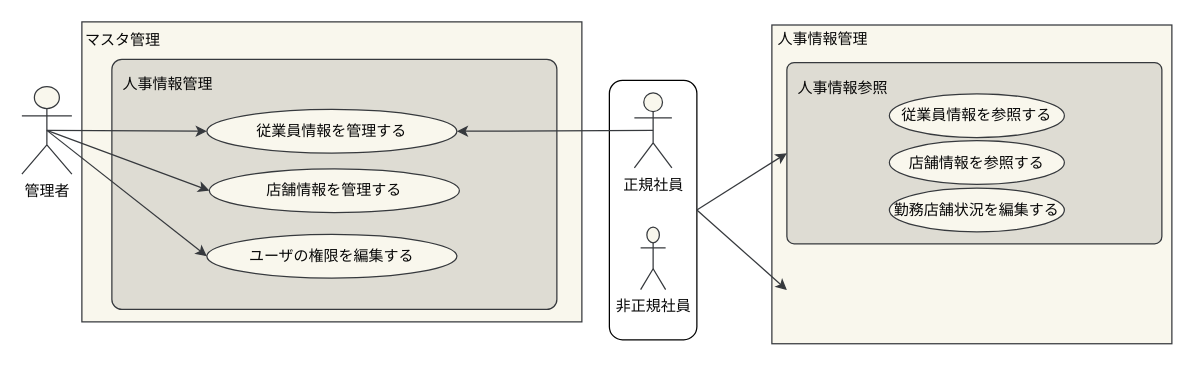
The draw.io diagram page "人事情報管理" (1 of 3) of 各種設計書/2ユースケース図_済/ユースケース図.drawio in HaruShim/Sotuken, before the edit. Source tidied: cells renumbered, new cells numbered last; positions are measured from the earlier drawing's top-left corner, leaving out a move shared by most shapes. Both pictures are drawn from the tidied source at 125%, with x=0, y=0 at pixel (21, 21).
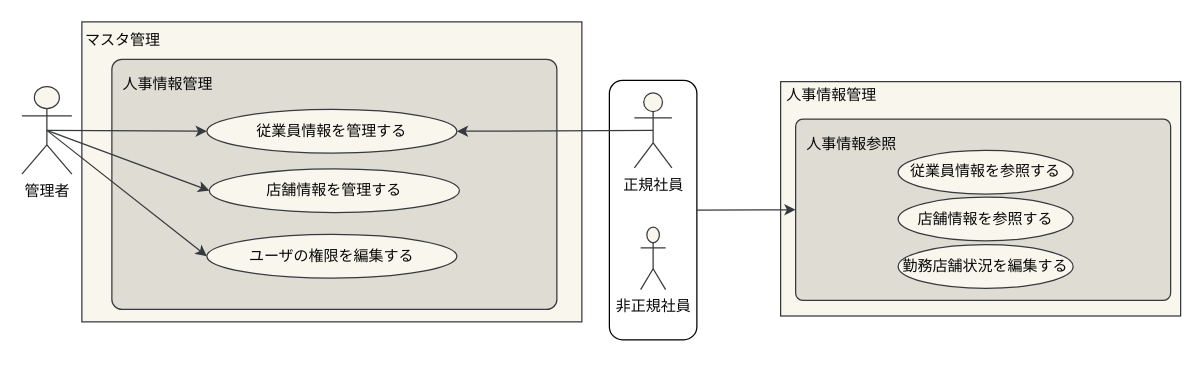
After the change.

Unchanged cells that the change refers to:
```xml
<mxCell id="2" style="rounded=1;whiteSpace=wrap;html=1;" parent="1" vertex="1">
  <mxGeometry x="470" y="46.8" width="70" height="207.5" as="geometry" />
</mxCell>
```

Diff of the diagram source:
```diff
@@
     <mxCell id="5" style="rounded=0;whiteSpace=wrap;html=1;strokeColor=#36393d;fillColor=#f9f7ed;fontColor=#080808;" parent="1" vertex="1">
-      <mxGeometry x="600" y="2.5" width="320" height="255" as="geometry" />
+      <mxGeometry x="607" y="47.8" width="320" height="187.5" as="geometry" />
     </mxCell>
     <mxCell id="6" style="rounded=1;whiteSpace=wrap;html=1;arcSize=4;strokeColor=#36393d;fillColor=#DEDCD3;fontColor=#080808;" parent="1" vertex="1">
-      <mxGeometry x="612" y="32.5" width="300" height="145" as="geometry" />
+      <mxGeometry x="619" y="77.8" width="300" height="145" as="geometry" />
     </mxCell>
@@
     <mxCell id="8" value="従業員情報を参照する" style="ellipse;whiteSpace=wrap;html=1;strokeColor=#36393d;fillColor=#f9f7ed;fontColor=#080808;" parent="1" vertex="1">
-      <mxGeometry x="694" y="57.5" width="140" height="35" as="geometry" />
+      <mxGeometry x="701" y="102.8" width="140" height="35" as="geometry" />
     </mxCell>
@@
     <mxCell id="10" value="店舗情報を参照する" style="ellipse;whiteSpace=wrap;html=1;strokeColor=#36393d;fillColor=#f9f7ed;fontColor=#080808;" parent="1" vertex="1">
-      <mxGeometry x="694" y="95" width="140" height="35" as="geometry" />
+      <mxGeometry x="701" y="140.2" width="140" height="35" as="geometry" />
     </mxCell>
@@
     <mxCell id="12" value="人事情報管理" style="text;html=1;strokeColor=none;fillColor=none;align=center;verticalAlign=middle;whiteSpace=wrap;rounded=0;fontColor=#080808;" parent="1" vertex="1">
-      <mxGeometry x="601" y="3.5" width="80" height="20" as="geometry" />
+      <mxGeometry x="608" y="48.8" width="80" height="20" as="geometry" />
     </mxCell>
@@
     <mxCell id="14" value="人事情報参照" style="text;html=1;strokeColor=none;fillColor=none;align=center;verticalAlign=middle;whiteSpace=wrap;rounded=0;fontColor=#080808;" parent="1" vertex="1">
-      <mxGeometry x="620" y="42.5" width="74" height="20" as="geometry" />
+      <mxGeometry x="627" y="87.8" width="74" height="20" as="geometry" />
     </mxCell>
@@
     <mxCell id="19" value="勤務店舗状況を編集する" style="ellipse;whiteSpace=wrap;html=1;strokeColor=#36393d;fillColor=#f9f7ed;fontColor=#080808;" parent="1" vertex="1">
-      <mxGeometry x="694" y="133" width="140" height="35" as="geometry" />
+      <mxGeometry x="701" y="178.2" width="140" height="35" as="geometry" />
     </mxCell>
@@
-    <mxCell id="23" style="endArrow=classic;html=1;rounded=0;entryX=0;entryY=0.5;entryDx=0;entryDy=0;strokeColor=#36393d;fillColor=#f9f7ed;fontColor=#080808;exitX=1;exitY=0.5;exitDx=0;exitDy=0;" parent="1" edge="1" source="2">
-      <mxGeometry relative="1" as="geometry">
-        <mxPoint x="612" y="214.5" as="targetPoint" />
-      </mxGeometry>
-    </mxCell>
```
